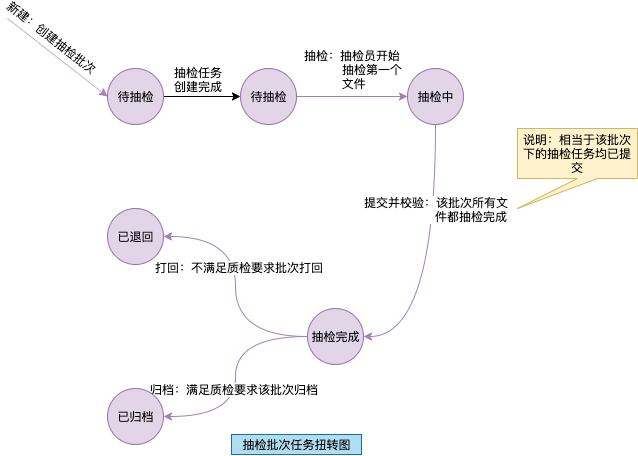
gumuqi/draw.io keeps this draw.io diagram as 抽检批次状态图.png. Above is the earlier version. Source tidied: cells renumbered, new cells last; positions are measured from the earlier drawing's top-left corner, leaving out a move shared by most shapes.
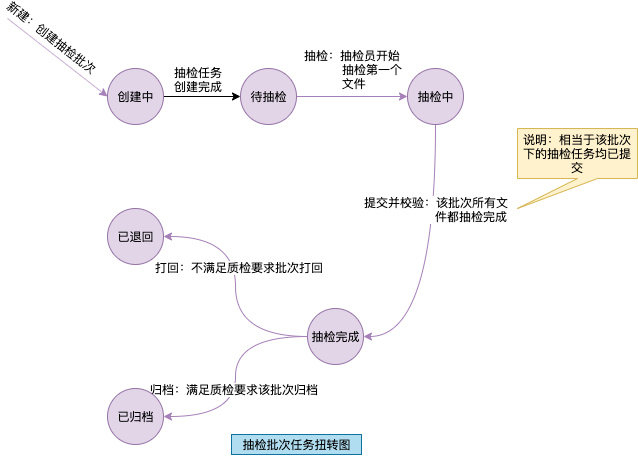
The same diagram one commit later.

Commit message:
已添加 抽检批次状态图.png

Change to the diagram source:
```diff
@@ -71,7 +71,7 @@
         <mxPoint x="10" y="-19" as="offset" />
       </mxGeometry>
     </mxCell>
-    <mxCell id="21" value="待抽检" style="ellipse;whiteSpace=wrap;html=1;fillColor=#e1d5e7;strokeColor=#9673a6;" parent="1" vertex="1">
+    <mxCell id="21" value="创建中" style="ellipse;whiteSpace=wrap;html=1;fillColor=#e1d5e7;strokeColor=#9673a6;" parent="1" vertex="1">
       <mxGeometry x="100" y="50" width="56" height="56" as="geometry" />
     </mxCell>
   </root>
```
